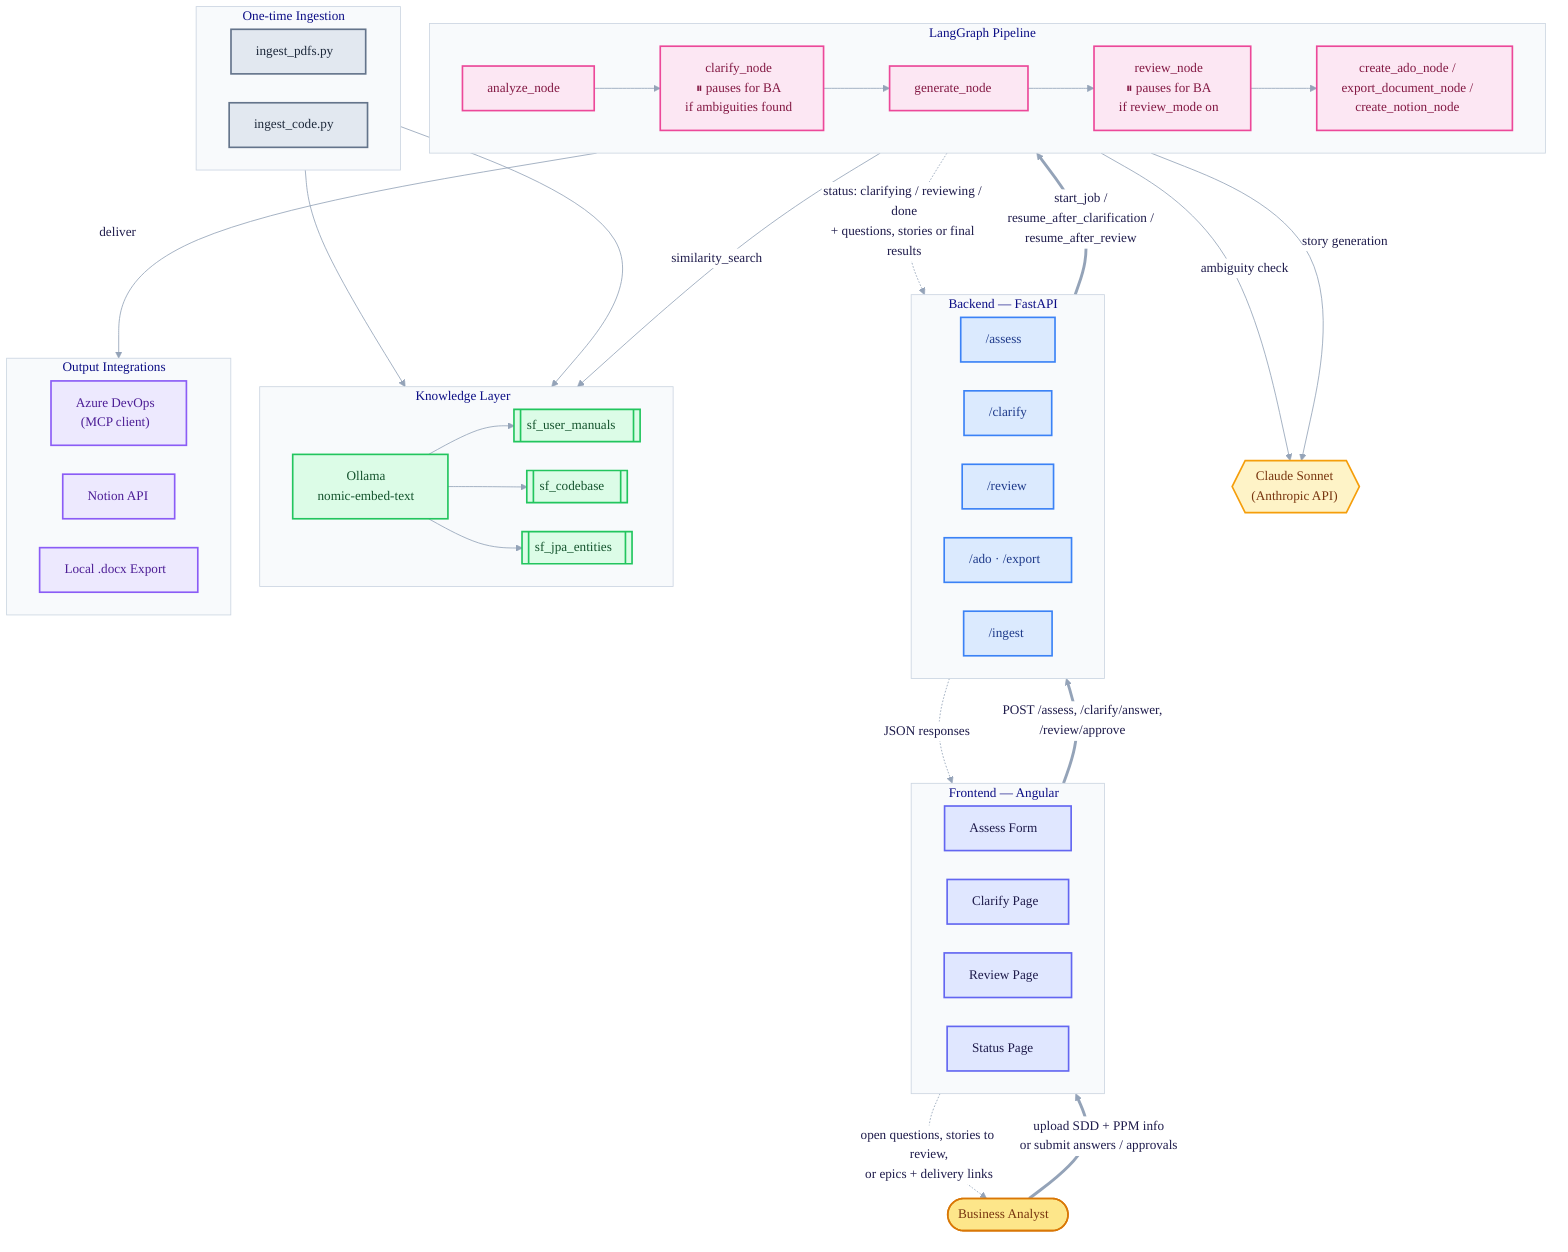
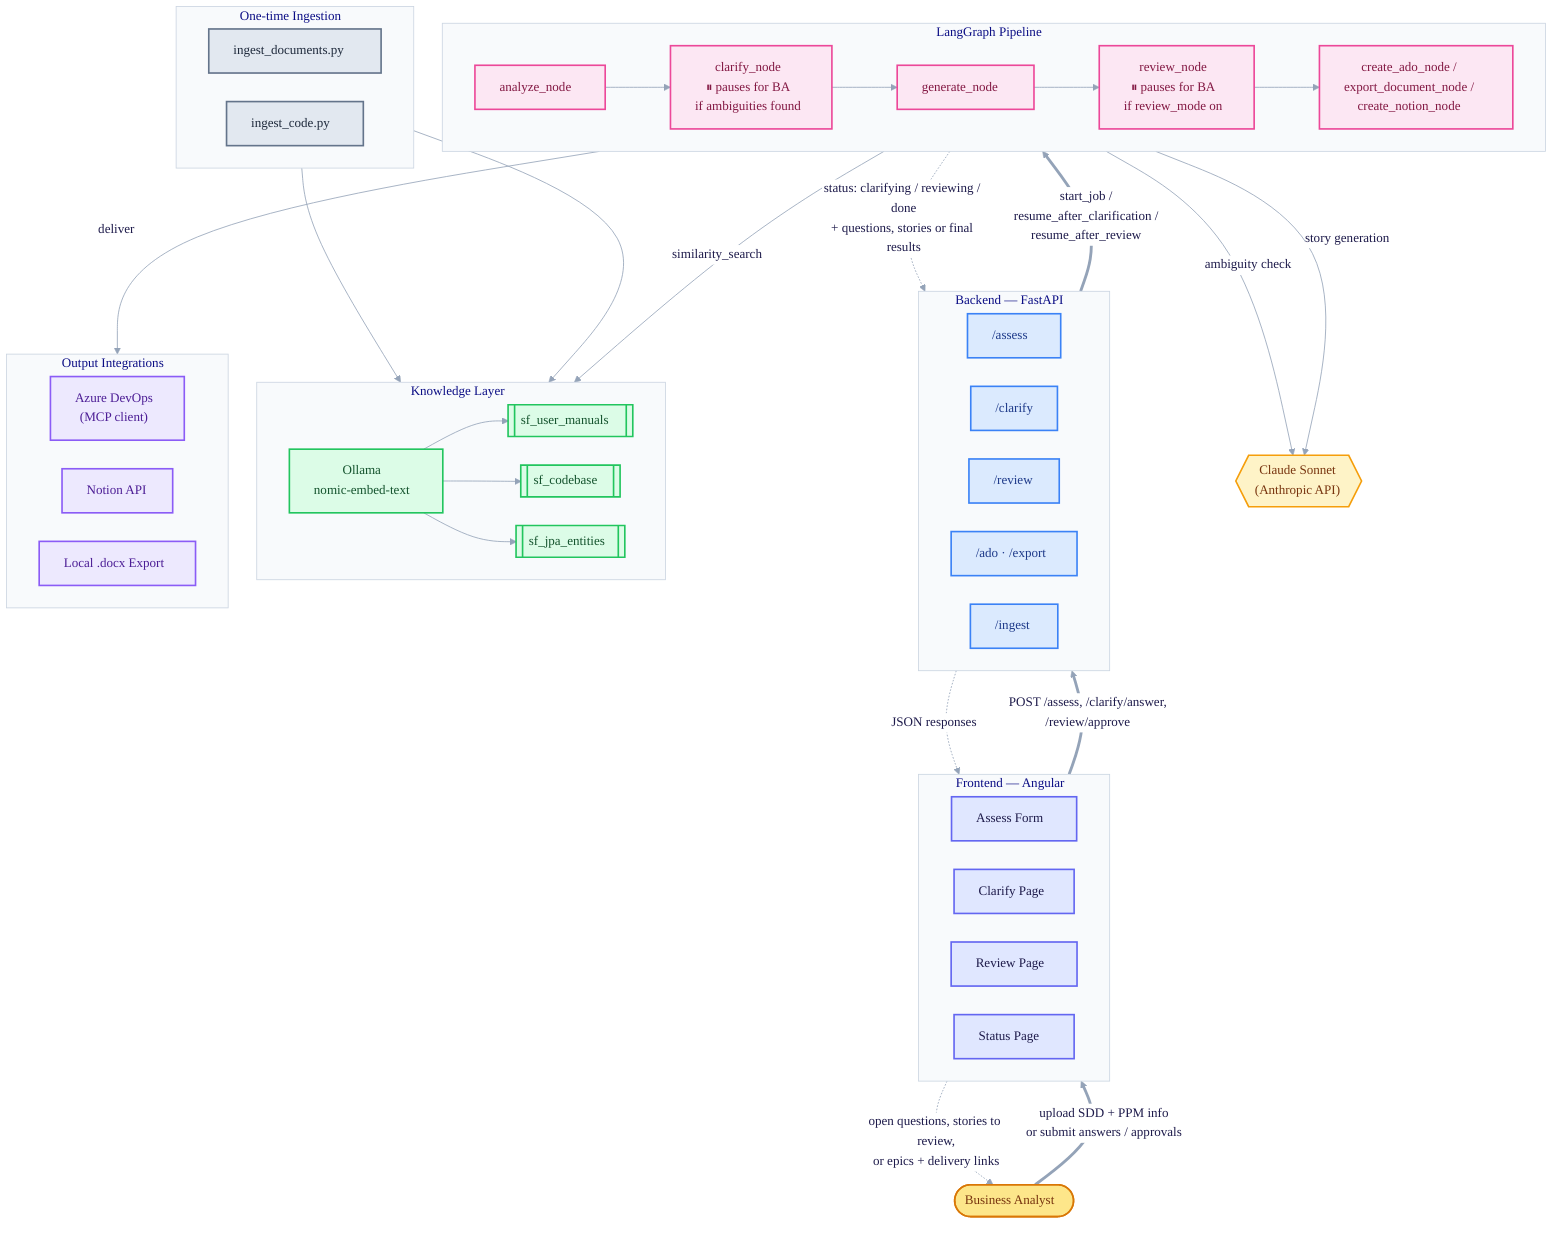
%%{init: {
  "theme": "base",
  "themeVariables": {
    "primaryColor": "#6366f1",
    "primaryTextColor": "#1e1b4b",
    "primaryBorderColor": "#4f46e5",
    "lineColor": "#94a3b8",
    "fontFamily": "Segoe UI, Helvetica, Arial, sans-serif",
    "fontSize": "16px",
    "background": "#ffffff",
    "clusterBkg": "#f8fafc",
    "clusterBorder": "#cbd5e1",
    "edgeLabelBackground": "#ffffff"
  },
  "flowchart": { "curve": "basis", "htmlLabels": true, "nodeSpacing": 35, "rankSpacing": 55 }
}}%%
flowchart TB
    BA(["Business Analyst"])

    subgraph FE["Frontend — Angular"]
        direction LR
        F1["Assess Form"]
        F2["Clarify Page"]
        F3["Review Page"]
        F4["Status Page"]
    end

    subgraph BE["Backend — FastAPI"]
        direction LR
        R1["/assess"]
        R2["/clarify"]
        R3["/review"]
        R4["/ado · /export"]
        R5["/ingest"]
    end

    subgraph PIPE["LangGraph Pipeline"]
        direction LR
        N1["analyze_node"] --> N2["clarify_node\n⏸ pauses for BA\nif ambiguities found"] --> N3["generate_node"] --> N4["review_node\n⏸ pauses for BA\nif review_mode on"] --> N5["create_ado_node /\nexport_document_node /\ncreate_notion_node"]
    end

    AI{{"Claude Sonnet\n(Anthropic API)"}}

    subgraph KB["Knowledge Layer"]
        direction LR
        EMB["Ollama\nnomic-embed-text"] --> C1[["sf_user_manuals"]]
        EMB --> C2[["sf_codebase"]]
        EMB --> C3[["sf_jpa_entities"]]
    end

    subgraph ING["One-time Ingestion"]
        direction LR
-         I1["ingest_pdfs.py"]
+         I1["ingest_documents.py"]
        I2["ingest_code.py"]
    end

    subgraph OUT["Output Integrations"]
        direction LR
        O1["Azure DevOps\n(MCP client)"]
        O2["Notion API"]
        O3["Local .docx Export"]
    end

    BA == "upload SDD + PPM info\nor submit answers / approvals" ==> FE
    FE == "POST /assess, /clarify/answer,\n/review/approve" ==> BE
    BE == "start_job /\nresume_after_clarification /\nresume_after_review" ==> PIPE

    N1 -- "similarity_search" --> KB
    N2 -- "ambiguity check" --> AI
    N3 -- "story generation" --> AI
    N5 -- "deliver" --> OUT

    I1 --> KB
    I2 --> KB

    PIPE -. "status: clarifying / reviewing / done\n+ questions, stories or final results" .-> BE
    BE -. "JSON responses" .-> FE
    FE -. "open questions, stories to review,\nor epics + delivery links" .-> BA

    classDef person fill:#fde68a,stroke:#d97706,stroke-width:2px,color:#78350f;
    classDef frontend fill:#e0e7ff,stroke:#6366f1,stroke-width:2px,color:#1e1b4b;
    classDef backend fill:#dbeafe,stroke:#3b82f6,stroke-width:2px,color:#1e3a8a;
    classDef pipeline fill:#fce7f3,stroke:#ec4899,stroke-width:2px,color:#831843;
    classDef knowledge fill:#dcfce7,stroke:#22c55e,stroke-width:2px,color:#14532d;
    classDef ingestion fill:#e2e8f0,stroke:#64748b,stroke-width:2px,color:#1e293b;
    classDef ai fill:#fef3c7,stroke:#f59e0b,stroke-width:2px,color:#78350f;
    classDef output fill:#ede9fe,stroke:#8b5cf6,stroke-width:2px,color:#4c1d95;

    class BA person;
    class F1,F2,F3,F4 frontend;
    class R1,R2,R3,R4,R5 backend;
    class N1,N2,N3,N4,N5 pipeline;
    class C1,C2,C3,EMB knowledge;
    class I1,I2 ingestion;
    class AI ai;
    class O1,O2,O3 output;
